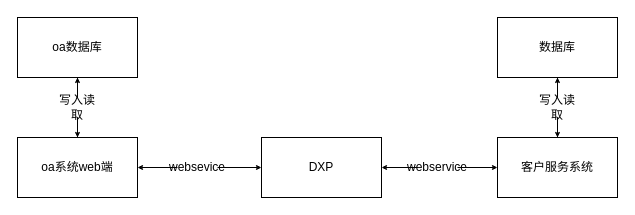
lin-owen/hello-world keeps this draw.io diagram as Untitled Diagram.drawio. Above is the earlier version. Source tidied: cells renumbered, new cells numbered last; positions are measured from the earlier drawing's top-left corner, leaving out a move shared by most shapes. Both pictures are drawn from the tidied source at 100%, with x=0, y=0 at pixel (17, 17).
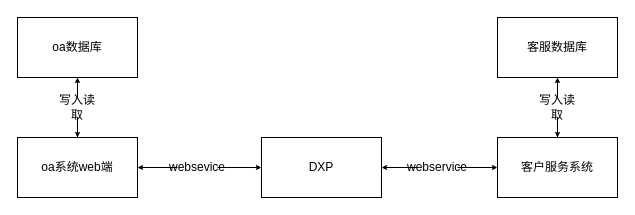
Above is the later version.

Diff of the diagram source:
```diff
@@
 <mxGraphModel>
   <root>
     <mxCell id="0" />
     <mxCell id="1" parent="0" />
     <mxCell id="2" value="oa数据库" style="rounded=0;whiteSpace=wrap;html=1;" parent="1" vertex="1">
       <mxGeometry width="120" height="60" as="geometry" />
     </mxCell>
     <mxCell id="3" value="oa系统web端" style="rounded=0;whiteSpace=wrap;html=1;" parent="1" vertex="1">
       <mxGeometry y="120" width="120" height="60" as="geometry" />
     </mxCell>
     <mxCell id="4" value="DXP" style="rounded=0;whiteSpace=wrap;html=1;" parent="1" vertex="1">
       <mxGeometry x="244" y="120" width="120" height="60" as="geometry" />
     </mxCell>
     <mxCell id="5" value="客户服务系统" style="rounded=0;whiteSpace=wrap;html=1;" parent="1" vertex="1">
       <mxGeometry x="480" y="120" width="120" height="60" as="geometry" />
     </mxCell>
-    <mxCell id="6" value="数据库" style="rounded=0;whiteSpace=wrap;html=1;" parent="1" vertex="1">
+    <mxCell id="6" value="客服数据库" style="rounded=0;whiteSpace=wrap;html=1;" parent="1" vertex="1">
       <mxGeometry x="480" width="120" height="60" as="geometry" />
     </mxCell>
     <mxCell id="7" style="edgeStyle=orthogonalEdgeStyle;rounded=0;jettySize=auto;html=1;exitX=1;exitY=0.5;exitDx=0;exitDy=0;entryX=0;entryY=0.5;entryDx=0;entryDy=0;startSize=3;endSize=3;" parent="1" edge="1" source="9" target="4">
       <mxGeometry relative="1" as="geometry" />
     </mxCell>
     <mxCell id="8" style="edgeStyle=orthogonalEdgeStyle;rounded=0;jettySize=auto;html=1;startSize=3;endSize=3;" parent="1" edge="1" source="9" target="3">
       <mxGeometry relative="1" as="geometry" />
     </mxCell>
     <mxCell id="9" value="websevice" style="text;html=1;strokeColor=none;fillColor=none;align=center;verticalAlign=middle;whiteSpace=wrap;rounded=0;" parent="1" vertex="1">
       <mxGeometry x="160" y="140" width="40" height="20" as="geometry" />
     </mxCell>
     <mxCell id="10" style="edgeStyle=orthogonalEdgeStyle;rounded=0;jettySize=auto;html=1;startSize=3;endSize=3;" parent="1" edge="1" source="12" target="5">
       <mxGeometry relative="1" as="geometry" />
     </mxCell>
     <mxCell id="11" style="edgeStyle=orthogonalEdgeStyle;rounded=0;jettySize=auto;html=1;startSize=3;endSize=3;" parent="1" edge="1" source="12" target="4">
       <mxGeometry relative="1" as="geometry" />
     </mxCell>
     <mxCell id="12" value="webservice" style="text;html=1;strokeColor=none;fillColor=none;align=center;verticalAlign=middle;whiteSpace=wrap;rounded=0;" parent="1" vertex="1">
       <mxGeometry x="400" y="140" width="40" height="20" as="geometry" />
     </mxCell>
     <mxCell id="13" style="edgeStyle=orthogonalEdgeStyle;rounded=0;jettySize=auto;html=1;startSize=3;endSize=3;" parent="1" edge="1" source="15" target="2">
       <mxGeometry relative="1" as="geometry" />
     </mxCell>
     <mxCell id="14" style="edgeStyle=orthogonalEdgeStyle;rounded=0;jettySize=auto;html=1;startSize=3;endSize=3;" parent="1" edge="1" source="15" target="3">
       <mxGeometry relative="1" as="geometry" />
     </mxCell>
     <mxCell id="15" value="写入读取" style="text;html=1;strokeColor=none;fillColor=none;align=center;verticalAlign=middle;whiteSpace=wrap;rounded=0;" parent="1" vertex="1">
       <mxGeometry x="40" y="80" width="40" height="20" as="geometry" />
     </mxCell>
     <mxCell id="16" style="edgeStyle=orthogonalEdgeStyle;rounded=0;jettySize=auto;html=1;startSize=3;endSize=3;" parent="1" edge="1" source="18" target="5">
       <mxGeometry relative="1" as="geometry" />
     </mxCell>
     <mxCell id="17" style="edgeStyle=orthogonalEdgeStyle;rounded=0;jettySize=auto;html=1;startSize=3;endSize=3;" parent="1" edge="1" source="18" target="6">
       <mxGeometry relative="1" as="geometry" />
     </mxCell>
     <mxCell id="18" value="写入读取" style="text;html=1;strokeColor=none;fillColor=none;align=center;verticalAlign=middle;whiteSpace=wrap;rounded=0;" parent="1" vertex="1">
       <mxGeometry x="520" y="80" width="40" height="20" as="geometry" />
     </mxCell>
   </root>
 </mxGraphModel>
```
